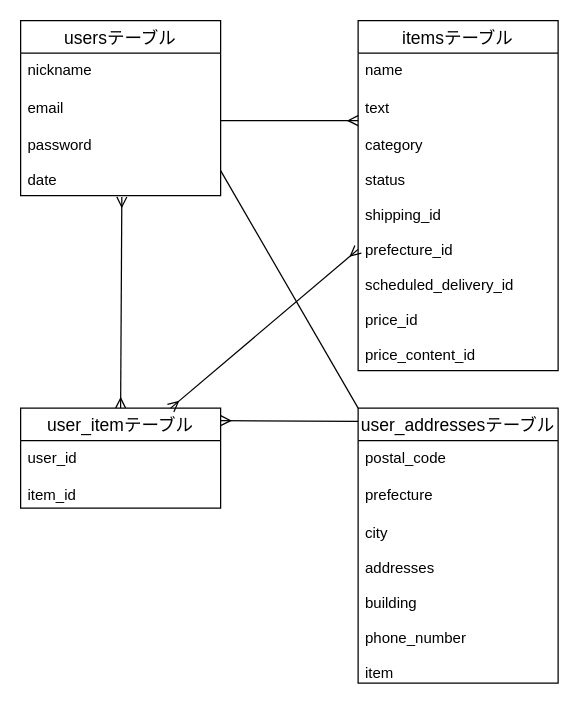
The draw.io diagram furima.dio in ryusue1222/furima-33336, before the edit. Source tidied: cells renumbered, new cells numbered last; positions are measured from the earlier drawing's top-left corner, leaving out a move shared by most shapes. Both pictures are drawn from the tidied source at 125%, with x=0, y=0 at pixel (20, 20).
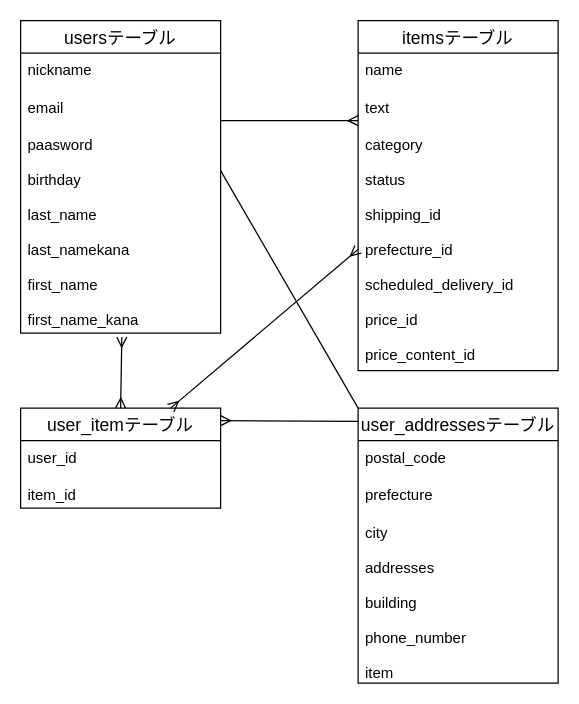
The same diagram, later.

The edit, as a diff of the source:
```diff
@@
     <mxCell id="2" value="usersテーブル" style="swimlane;fontStyle=0;horizontal=1;startSize=26;align=center;fontSize=14;" parent="1" vertex="1">
-      <mxGeometry width="160" height="140" as="geometry" />
+      <mxGeometry width="160" height="250" as="geometry" />
     </mxCell>
@@
-    <mxCell id="5" value="password&#10;&#10;date" style="text;strokeColor=none;fillColor=none;spacingLeft=4;spacingRight=4;overflow=hidden;points=[[0,0.5],[1,0.5]];portConstraint=eastwest;fontSize=12;" parent="2" vertex="1">
-      <mxGeometry y="86" width="160" height="54" as="geometry" />
+    <mxCell id="5" value="paasword&#10;&#10;birthday&#10;&#10;last_name&#10;&#10;last_namekana&#10;&#10;first_name&#10;&#10;first_name_kana" style="text;strokeColor=none;fillColor=none;spacingLeft=4;spacingRight=4;overflow=hidden;points=[[0,0.5],[1,0.5]];portConstraint=eastwest;fontSize=12;" parent="2" vertex="1">
+      <mxGeometry y="86" width="160" height="164" as="geometry" />
     </mxCell>
```
